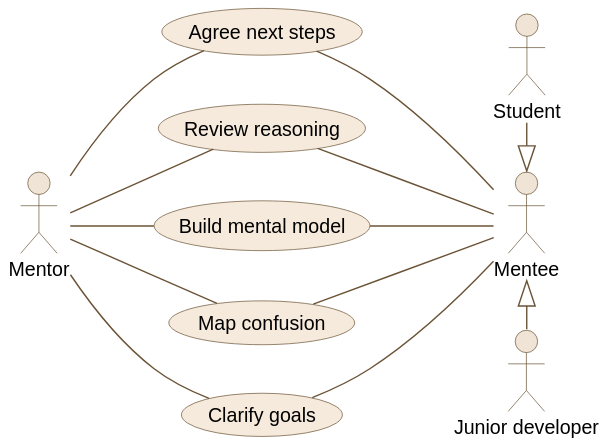
Earlier version of the PlantUML export images/uml-use-case.svg (rafageist/rafageist.com). Source of this version:
```plantuml
@startuml
skinparam backgroundColor #ffffff
skinparam ArrowColor #6b5336
skinparam ActorBorderColor #6b5336
skinparam ActorBackgroundColor #efe4d6
skinparam UsecaseBorderColor #6b5336
skinparam UsecaseBackgroundColor #f5eadc

    left to right direction

    actor Mentor
    actor Mentee
    actor "Junior developer" as JuniorDev
    actor Student

    Mentee <|-right- JuniorDev
    Mentee <|-left- Student

    usecase "Clarify goals" as UC1
    usecase "Map confusion" as UC2
    usecase "Build mental model" as UC3
    usecase "Review reasoning" as UC4
    usecase "Agree next steps" as UC5

    Mentor -- UC1
    Mentee -up- UC1
    Mentor -- UC2
    Mentee -up- UC2
    Mentor -- UC3
    Mentee -up- UC3
    Mentor -- UC4
    Mentee -up- UC4
    Mentor -- UC5
    Mentee -up- UC5
@enduml
```
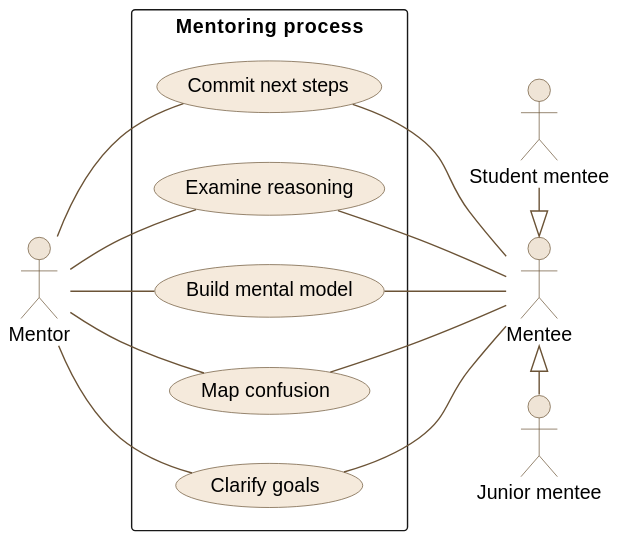
The same diagram one commit later.

Commit message:
Refactor mentoring content and update UML diagram

What changed in the source:
```diff
@@ -10,17 +10,19 @@
 
     actor Mentor
     actor Mentee
-    actor "Junior developer" as JuniorDev
-    actor Student
+    actor "Junior mentee" as JuniorMentee
+    actor "Student mentee" as StudentMentee
 
-    Mentee <|-right- JuniorDev
-    Mentee <|-left- Student
+    Mentee <|-right- JuniorMentee
+    Mentee <|-left- StudentMentee
 
-    usecase "Clarify goals" as UC1
-    usecase "Map confusion" as UC2
-    usecase "Build mental model" as UC3
-    usecase "Review reasoning" as UC4
-    usecase "Agree next steps" as UC5
+    rectangle "Mentoring process" {
+        usecase "Clarify goals" as UC1
+        usecase "Map confusion" as UC2
+        usecase "Build mental model" as UC3
+        usecase "Examine reasoning" as UC4
+        usecase "Commit next steps" as UC5
+    }
 
     Mentor -- UC1
     Mentee -up- UC1
```
